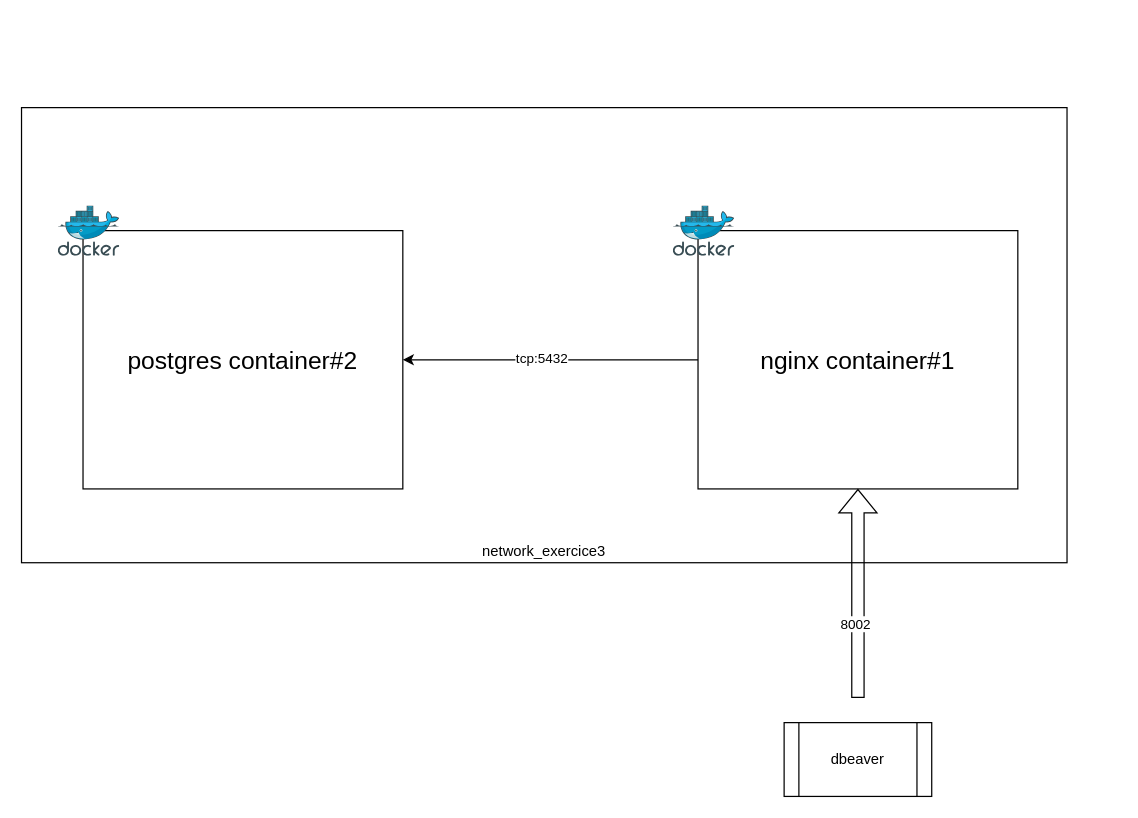
Earlier version of the draw.io diagram page "exercice3" (4 of 4) of planning.drawio (argonaultes-education/hexagone-3b-3INSI-2026). Source tidied: cells renumbered, new cells numbered last; positions are measured from the earlier drawing's top-left corner, leaving out a move shared by most shapes. Both pictures are drawn from the tidied source at 123%, with x=0, y=0 at pixel (21, 107).
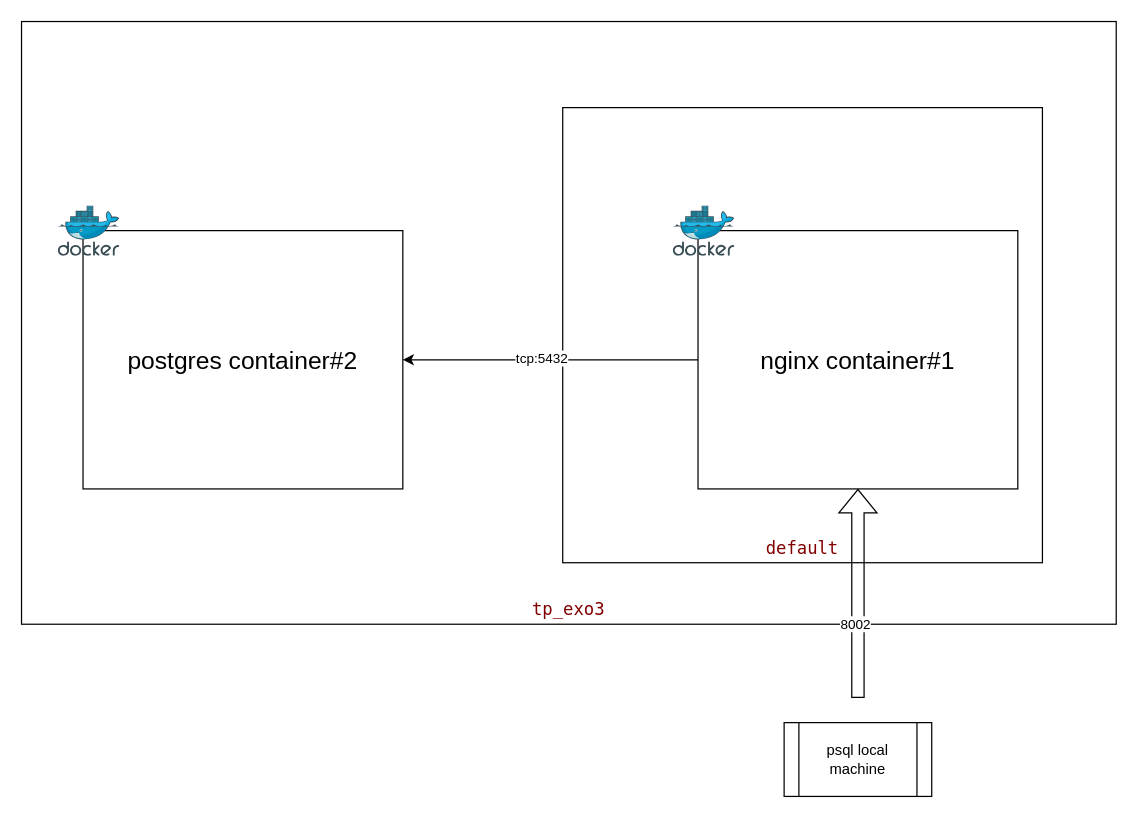
After the change.

Diff of the diagram source:
```diff
@@
 <mxGraphModel>
   <root>
     <mxCell id="0" />
     <mxCell id="1" parent="0" />
-    <mxCell id="2" value="network_exercice3" style="rounded=0;whiteSpace=wrap;html=1;verticalAlign=bottom;" parent="1" vertex="1">
-      <mxGeometry width="850" height="370" as="geometry" />
+    <mxCell id="2" value="&lt;div style=&quot;color: rgb(59, 59, 59); background-color: rgb(255, 255, 255); font-family: &amp;quot;Droid Sans Mono&amp;quot;, &amp;quot;monospace&amp;quot;, monospace; font-size: 14px; line-height: 19px; white-space: pre;&quot;&gt;&lt;span style=&quot;color: #800000;&quot;&gt;tp_exo3&lt;/span&gt;&lt;/div&gt;" style="rounded=0;whiteSpace=wrap;html=1;verticalAlign=bottom;" parent="1" vertex="1">
+      <mxGeometry y="-70" width="890" height="490" as="geometry" />
     </mxCell>
+    <mxCell id="12" value="&lt;div style=&quot;color: rgb(59, 59, 59); background-color: rgb(255, 255, 255); font-family: &amp;quot;Droid Sans Mono&amp;quot;, &amp;quot;monospace&amp;quot;, monospace; font-size: 14px; line-height: 19px; white-space: pre;&quot;&gt;&lt;span style=&quot;color: #800000;&quot;&gt;default&lt;/span&gt;&lt;/div&gt;" style="rounded=0;whiteSpace=wrap;html=1;verticalAlign=bottom;" parent="1" vertex="1">
+      <mxGeometry x="440" width="390" height="370" as="geometry" />
+    </mxCell>
     <mxCell id="3" value="postgres container#2" style="rounded=0;whiteSpace=wrap;html=1;fontSize=20;" parent="1" vertex="1">
       <mxGeometry x="50" y="100" width="260" height="210" as="geometry" />
     </mxCell>
     <mxCell id="4" style="image;sketch=0;html=1;align=center;fontSize=12;image=img/lib/mscae/Docker.svg;" parent="1" vertex="1">
       <mxGeometry x="30" y="80" width="50" height="41" as="geometry" />
     </mxCell>
     <mxCell id="5" style="edgeStyle=orthogonalEdgeStyle;rounded=0;jettySize=auto;html=1;" parent="1" edge="1" source="7" target="3">
       <mxGeometry relative="1" as="geometry" />
     </mxCell>
     <mxCell id="6" value="tcp:5432" style="edgeLabel;html=1;align=center;verticalAlign=middle;" parent="5" vertex="1">
       <mxGeometry x="0.07" y="-2" relative="1" as="geometry" />
     </mxCell>
     <mxCell id="7" value="nginx container#1" style="rounded=0;whiteSpace=wrap;html=1;fontSize=20;" parent="1" vertex="1">
       <mxGeometry x="550" y="100" width="260" height="210" as="geometry" />
     </mxCell>
     <mxCell id="8" style="image;sketch=0;html=1;align=center;fontSize=12;image=img/lib/mscae/Docker.svg;" parent="1" vertex="1">
       <mxGeometry x="530" y="80" width="50" height="41" as="geometry" />
     </mxCell>
     <mxCell id="9" style="shape=flexArrow;endArrow=classic;html=1;rounded=0;" parent="1" edge="1" target="7">
       <mxGeometry relative="1" as="geometry">
         <mxPoint x="680" y="480" as="sourcePoint" />
       </mxGeometry>
     </mxCell>
     <mxCell id="10" value="8002" style="edgeLabel;html=1;align=center;verticalAlign=middle;" parent="9" vertex="1">
       <mxGeometry x="-0.28" y="3" relative="1" as="geometry" />
     </mxCell>
-    <mxCell id="11" value="dbeaver" style="shape=process;whiteSpace=wrap;html=1;backgroundOutline=1;" parent="1" vertex="1">
+    <mxCell id="11" value="psql local machine" style="shape=process;whiteSpace=wrap;html=1;backgroundOutline=1;" parent="1" vertex="1">
       <mxGeometry x="620" y="500" width="120" height="60" as="geometry" />
     </mxCell>
   </root>
 </mxGraphModel>
```
